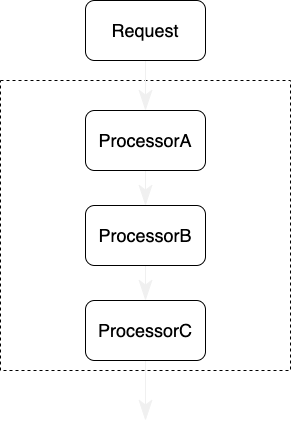
Earlier version of the draw.io export img/pattern-processor.png (boilingfrog/design-pattern-learning). Source tidied: cells renumbered, new cells last; positions are measured from the earlier drawing's top-left corner, leaving out a move shared by most shapes. Source of this version:
```xml
<mxGraphModel>
  <root>
    <mxCell id="0" />
    <mxCell id="1" parent="0" />
    <mxCell id="2" style="edgeStyle=orthogonalEdgeStyle;rounded=0;html=1;entryX=0.5;entryY=0;entryDx=0;entryDy=0;dashed=1;startArrow=diamondThin;startFill=1;endArrow=open;endFill=0;endSize=18;strokeColor=#F0F0F0;" parent="1" edge="1" source="3" target="11">
      <mxGeometry relative="1" as="geometry" />
    </mxCell>
    <mxCell id="3" style="whiteSpace=wrap;html=1;dashed=1;" parent="1" vertex="1">
      <mxGeometry y="80" width="290" height="290" as="geometry" />
    </mxCell>
    <mxCell id="4" style="edgeStyle=orthogonalEdgeStyle;rounded=0;html=1;entryX=0.5;entryY=0;entryDx=0;entryDy=0;startArrow=none;startFill=0;endArrow=classicThin;endFill=1;endSize=18;strokeColor=#F0F0F0;" parent="1" edge="1" source="5" target="11">
      <mxGeometry relative="1" as="geometry" />
    </mxCell>
    <mxCell id="5" value="&lt;font style=&quot;font-size: 18px&quot;&gt;Request&lt;/font&gt;" style="rounded=1;whiteSpace=wrap;html=1;" parent="1" vertex="1">
      <mxGeometry x="85" width="120" height="60" as="geometry" />
    </mxCell>
    <mxCell id="6" style="edgeStyle=orthogonalEdgeStyle;rounded=0;html=1;entryX=0.5;entryY=0;entryDx=0;entryDy=0;startArrow=none;startFill=0;endArrow=classicThin;endFill=1;endSize=18;strokeColor=#F0F0F0;" parent="1" edge="1" source="7" target="9">
      <mxGeometry relative="1" as="geometry" />
    </mxCell>
    <mxCell id="7" value="&lt;span style=&quot;font-size: 18px&quot;&gt;ProcessorB&lt;/span&gt;" style="rounded=1;whiteSpace=wrap;html=1;" parent="1" vertex="1">
      <mxGeometry x="85" y="205" width="120" height="60" as="geometry" />
    </mxCell>
    <mxCell id="8" style="edgeStyle=orthogonalEdgeStyle;rounded=0;html=1;startArrow=none;startFill=0;endArrow=classicThin;endFill=1;endSize=18;strokeColor=#F0F0F0;" parent="1" edge="1" source="9">
      <mxGeometry relative="1" as="geometry">
        <mxPoint x="145" y="420" as="targetPoint" />
      </mxGeometry>
    </mxCell>
    <mxCell id="9" value="&lt;span style=&quot;font-size: 18px&quot;&gt;ProcessorC&lt;/span&gt;" style="rounded=1;whiteSpace=wrap;html=1;" parent="1" vertex="1">
      <mxGeometry x="85" y="300" width="120" height="60" as="geometry" />
    </mxCell>
    <mxCell id="10" style="edgeStyle=orthogonalEdgeStyle;rounded=0;html=1;entryX=0.5;entryY=0;entryDx=0;entryDy=0;startArrow=none;startFill=0;endArrow=classicThin;endFill=1;endSize=18;strokeColor=#F0F0F0;" parent="1" edge="1" source="11" target="7">
      <mxGeometry relative="1" as="geometry" />
    </mxCell>
    <mxCell id="11" value="&lt;font style=&quot;font-size: 18px&quot;&gt;ProcessorA&lt;/font&gt;" style="rounded=1;whiteSpace=wrap;html=1;" parent="1" vertex="1">
      <mxGeometry x="85" y="110" width="120" height="60" as="geometry" />
    </mxCell>
  </root>
</mxGraphModel>
```
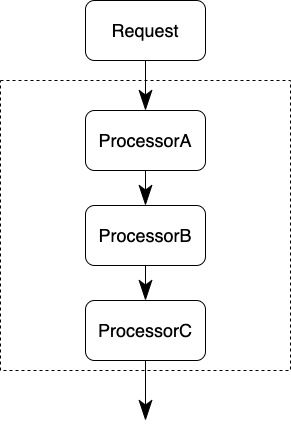
The same file after the commit.

Commit message:
职责链模式

Change to the diagram source:
```diff
@@ -8,19 +8,19 @@
     <mxCell id="3" style="whiteSpace=wrap;html=1;dashed=1;" parent="1" vertex="1">
       <mxGeometry y="80" width="290" height="290" as="geometry" />
     </mxCell>
-    <mxCell id="4" style="edgeStyle=orthogonalEdgeStyle;rounded=0;html=1;entryX=0.5;entryY=0;entryDx=0;entryDy=0;startArrow=none;startFill=0;endArrow=classicThin;endFill=1;endSize=18;strokeColor=#F0F0F0;" parent="1" edge="1" source="5" target="11">
+    <mxCell id="4" style="edgeStyle=orthogonalEdgeStyle;rounded=0;html=1;entryX=0.5;entryY=0;entryDx=0;entryDy=0;startArrow=none;startFill=0;endArrow=classicThin;endFill=1;endSize=18;strokeColor=#000000;" parent="1" edge="1" source="5" target="11">
       <mxGeometry relative="1" as="geometry" />
     </mxCell>
     <mxCell id="5" value="&lt;font style=&quot;font-size: 18px&quot;&gt;Request&lt;/font&gt;" style="rounded=1;whiteSpace=wrap;html=1;" parent="1" vertex="1">
       <mxGeometry x="85" width="120" height="60" as="geometry" />
     </mxCell>
-    <mxCell id="6" style="edgeStyle=orthogonalEdgeStyle;rounded=0;html=1;entryX=0.5;entryY=0;entryDx=0;entryDy=0;startArrow=none;startFill=0;endArrow=classicThin;endFill=1;endSize=18;strokeColor=#F0F0F0;" parent="1" edge="1" source="7" target="9">
+    <mxCell id="6" style="edgeStyle=orthogonalEdgeStyle;rounded=0;html=1;entryX=0.5;entryY=0;entryDx=0;entryDy=0;startArrow=none;startFill=0;endArrow=classicThin;endFill=1;endSize=18;strokeColor=#000000;" parent="1" edge="1" source="7" target="9">
       <mxGeometry relative="1" as="geometry" />
     </mxCell>
     <mxCell id="7" value="&lt;span style=&quot;font-size: 18px&quot;&gt;ProcessorB&lt;/span&gt;" style="rounded=1;whiteSpace=wrap;html=1;" parent="1" vertex="1">
       <mxGeometry x="85" y="205" width="120" height="60" as="geometry" />
     </mxCell>
-    <mxCell id="8" style="edgeStyle=orthogonalEdgeStyle;rounded=0;html=1;startArrow=none;startFill=0;endArrow=classicThin;endFill=1;endSize=18;strokeColor=#F0F0F0;" parent="1" edge="1" source="9">
+    <mxCell id="8" style="edgeStyle=orthogonalEdgeStyle;rounded=0;html=1;startArrow=none;startFill=0;endArrow=classicThin;endFill=1;endSize=18;strokeColor=#000000;backgroundOutline=0;jumpStyle=gap;shadow=0;" parent="1" edge="1" source="9">
       <mxGeometry relative="1" as="geometry">
         <mxPoint x="145" y="420" as="targetPoint" />
       </mxGeometry>
@@ -28,7 +28,7 @@
     <mxCell id="9" value="&lt;span style=&quot;font-size: 18px&quot;&gt;ProcessorC&lt;/span&gt;" style="rounded=1;whiteSpace=wrap;html=1;" parent="1" vertex="1">
       <mxGeometry x="85" y="300" width="120" height="60" as="geometry" />
     </mxCell>
-    <mxCell id="10" style="edgeStyle=orthogonalEdgeStyle;rounded=0;html=1;entryX=0.5;entryY=0;entryDx=0;entryDy=0;startArrow=none;startFill=0;endArrow=classicThin;endFill=1;endSize=18;strokeColor=#F0F0F0;" parent="1" edge="1" source="11" target="7">
+    <mxCell id="10" style="edgeStyle=orthogonalEdgeStyle;rounded=0;html=1;entryX=0.5;entryY=0;entryDx=0;entryDy=0;startArrow=none;startFill=0;endArrow=classicThin;endFill=1;endSize=18;strokeColor=#000000;" parent="1" edge="1" source="11" target="7">
       <mxGeometry relative="1" as="geometry" />
     </mxCell>
     <mxCell id="11" value="&lt;font style=&quot;font-size: 18px&quot;&gt;ProcessorA&lt;/font&gt;" style="rounded=1;whiteSpace=wrap;html=1;" parent="1" vertex="1">
```
